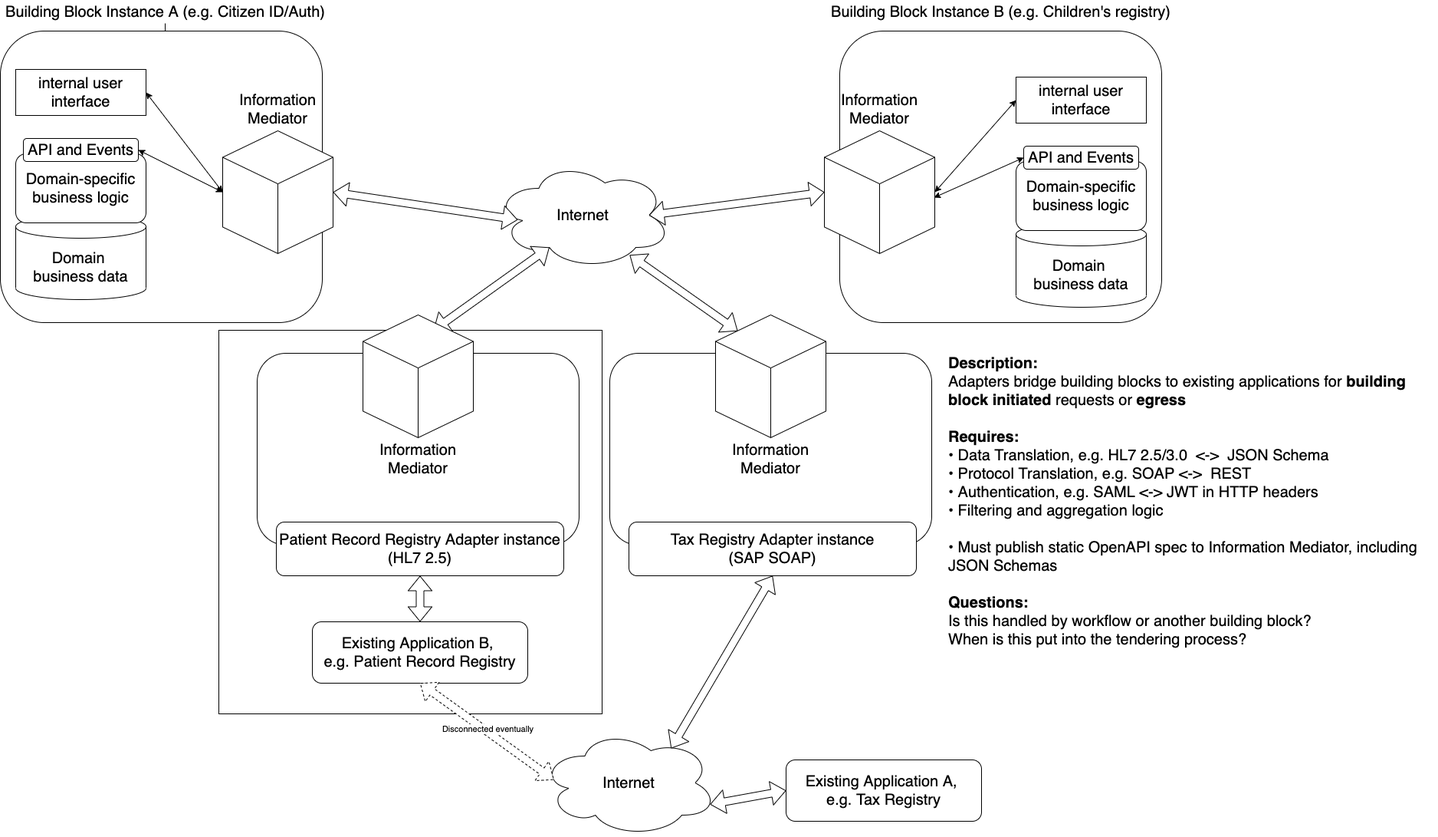
Earlier version of the draw.io export diagrams/adapters.png (GovStackWorkingGroup/BuildingBlockAPI). Source tidied: cells renumbered, new cells last; positions are measured from the earlier drawing's top-left corner, leaving out a move shared by most shapes.
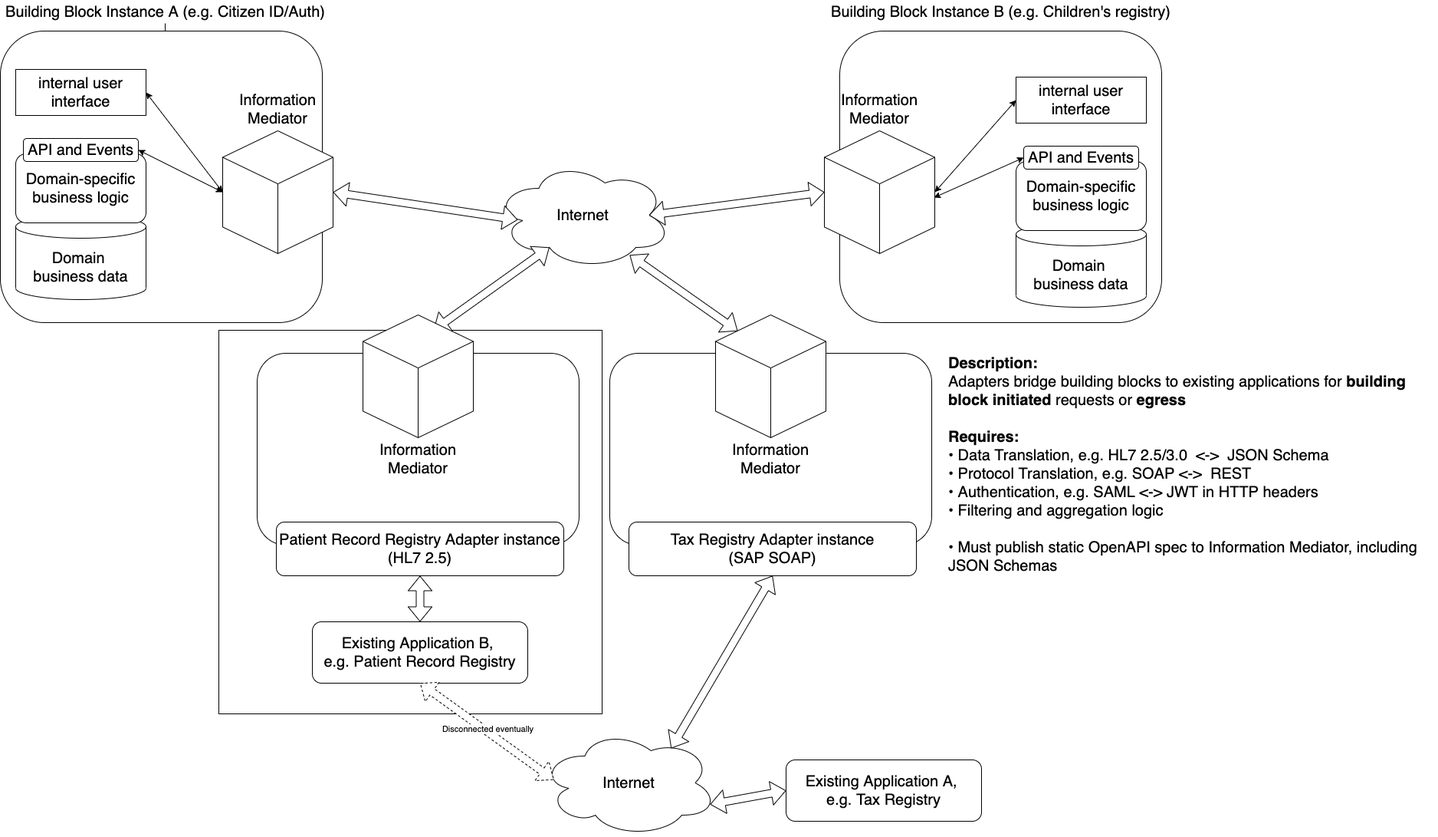
After the commit.

Change to the diagram source:
```diff
@@ -136,7 +136,7 @@
     <mxCell id="45" value="Patient Record Registry Adapter instance&lt;br&gt;(HL7 2.5)" style="rounded=1;whiteSpace=wrap;html=1;fontSize=20;" parent="44" vertex="1">
       <mxGeometry width="375" height="70" as="geometry" />
     </mxCell>
-    <mxCell id="46" value="&lt;div&gt;&lt;font face=&quot;helvetica&quot;&gt;&lt;span style=&quot;font-size: 20px&quot;&gt;&lt;b&gt;Description:&lt;/b&gt;&lt;/span&gt;&lt;/font&gt;&lt;/div&gt;&lt;div&gt;&lt;font face=&quot;helvetica&quot;&gt;&lt;span style=&quot;font-size: 20px&quot;&gt;Adapters bridge building blocks to existing applications for &lt;b&gt;building block initiated&lt;/b&gt; requests or &lt;b&gt;egress&lt;/b&gt;&lt;/span&gt;&lt;/font&gt;&lt;/div&gt;&lt;div&gt;&lt;font face=&quot;helvetica&quot;&gt;&lt;span style=&quot;font-size: 20px&quot;&gt;&lt;b&gt;&lt;br&gt;&lt;/b&gt;&lt;/span&gt;&lt;/font&gt;&lt;/div&gt;&lt;div&gt;&lt;font face=&quot;helvetica&quot;&gt;&lt;span style=&quot;font-size: 20px&quot;&gt;&lt;b&gt;Requires:&lt;/b&gt;&lt;/span&gt;&lt;/font&gt;&lt;/div&gt;&lt;div&gt;&lt;span style=&quot;font-size: 20px&quot;&gt;&lt;font face=&quot;helvetica&quot;&gt;• Data Translation, e.g. HL7 2.5/3.0&amp;nbsp; &amp;lt;-&amp;gt;&amp;nbsp; JSON Schema&lt;/font&gt;&lt;/span&gt;&lt;/div&gt;&lt;div&gt;&lt;span style=&quot;font-size: 20px&quot;&gt;&lt;font face=&quot;helvetica&quot;&gt;• Protocol Translation, e.g. SOAP &amp;lt;-&amp;gt;&amp;nbsp; REST&lt;/font&gt;&lt;/span&gt;&lt;/div&gt;&lt;div&gt;&lt;span style=&quot;font-size: 20px&quot;&gt;&lt;font face=&quot;helvetica&quot;&gt;• Authentication, e.g. SAML &amp;lt;-&amp;gt; JWT in HTTP headers&lt;/font&gt;&lt;/span&gt;&lt;/div&gt;&lt;div&gt;&lt;span style=&quot;font-size: 20px&quot;&gt;&lt;font face=&quot;helvetica&quot;&gt;• Filtering and aggregation logic&lt;/font&gt;&lt;/span&gt;&lt;/div&gt;&lt;div&gt;&lt;/div&gt;&lt;span style=&quot;font-family: &amp;#34;helvetica&amp;#34; ; font-size: 20px&quot;&gt;&lt;br&gt;&lt;/span&gt;&lt;div&gt;&lt;span style=&quot;font-size: 20px&quot;&gt;&lt;font face=&quot;helvetica&quot;&gt;• Must publish static OpenAPI spec to Information Mediator, including JSON Schemas&lt;/font&gt;&lt;/span&gt;&lt;/div&gt;&lt;div&gt;&lt;span style=&quot;font-family: &amp;#34;helvetica&amp;#34; ; font-size: 20px&quot;&gt;&lt;br&gt;&lt;/span&gt;&lt;/div&gt;&lt;div&gt;&lt;span style=&quot;font-family: &amp;#34;helvetica&amp;#34; ; font-size: 20px&quot;&gt;&lt;b&gt;Questions:&lt;/b&gt;&lt;/span&gt;&lt;/div&gt;&lt;div&gt;&lt;span style=&quot;font-family: &amp;#34;helvetica&amp;#34; ; font-size: 20px&quot;&gt;Is this handled by workflow or another building block?&lt;/span&gt;&lt;/div&gt;&lt;div&gt;&lt;span style=&quot;font-family: &amp;#34;helvetica&amp;#34; ; font-size: 20px&quot;&gt;When is this put into the tendering process?&lt;/span&gt;&lt;/div&gt;" style="text;whiteSpace=wrap;html=1;align=left;" parent="1" vertex="1">
+    <mxCell id="46" value="&lt;div&gt;&lt;font face=&quot;helvetica&quot;&gt;&lt;span style=&quot;font-size: 20px&quot;&gt;&lt;b&gt;Description:&lt;/b&gt;&lt;/span&gt;&lt;/font&gt;&lt;/div&gt;&lt;div&gt;&lt;font face=&quot;helvetica&quot;&gt;&lt;span style=&quot;font-size: 20px&quot;&gt;Adapters bridge building blocks to existing applications for &lt;b&gt;building block initiated&lt;/b&gt; requests or &lt;b&gt;egress&lt;/b&gt;&lt;/span&gt;&lt;/font&gt;&lt;/div&gt;&lt;div&gt;&lt;font face=&quot;helvetica&quot;&gt;&lt;span style=&quot;font-size: 20px&quot;&gt;&lt;b&gt;&lt;br&gt;&lt;/b&gt;&lt;/span&gt;&lt;/font&gt;&lt;/div&gt;&lt;div&gt;&lt;font face=&quot;helvetica&quot;&gt;&lt;span style=&quot;font-size: 20px&quot;&gt;&lt;b&gt;Requires:&lt;/b&gt;&lt;/span&gt;&lt;/font&gt;&lt;/div&gt;&lt;div&gt;&lt;span style=&quot;font-size: 20px&quot;&gt;&lt;font face=&quot;helvetica&quot;&gt;• Data Translation, e.g. HL7 2.5/3.0&amp;nbsp; &amp;lt;-&amp;gt;&amp;nbsp; JSON Schema&lt;/font&gt;&lt;/span&gt;&lt;/div&gt;&lt;div&gt;&lt;span style=&quot;font-size: 20px&quot;&gt;&lt;font face=&quot;helvetica&quot;&gt;• Protocol Translation, e.g. SOAP &amp;lt;-&amp;gt;&amp;nbsp; REST&lt;/font&gt;&lt;/span&gt;&lt;/div&gt;&lt;div&gt;&lt;span style=&quot;font-size: 20px&quot;&gt;&lt;font face=&quot;helvetica&quot;&gt;• Authentication, e.g. SAML &amp;lt;-&amp;gt; JWT in HTTP headers&lt;/font&gt;&lt;/span&gt;&lt;/div&gt;&lt;div&gt;&lt;span style=&quot;font-size: 20px&quot;&gt;&lt;font face=&quot;helvetica&quot;&gt;• Filtering and aggregation logic&lt;/font&gt;&lt;/span&gt;&lt;/div&gt;&lt;div&gt;&lt;/div&gt;&lt;span style=&quot;font-family: &amp;#34;helvetica&amp;#34; ; font-size: 20px&quot;&gt;&lt;br&gt;&lt;/span&gt;&lt;div&gt;&lt;span style=&quot;font-size: 20px&quot;&gt;&lt;font face=&quot;helvetica&quot;&gt;• Must publish static OpenAPI spec to Information Mediator, including JSON Schemas&lt;/font&gt;&lt;/span&gt;&lt;/div&gt;&lt;div&gt;&lt;span style=&quot;font-family: &amp;#34;helvetica&amp;#34; ; font-size: 20px&quot;&gt;&lt;br&gt;&lt;/span&gt;&lt;/div&gt;&lt;div&gt;&lt;br&gt;&lt;/div&gt;" style="text;whiteSpace=wrap;html=1;align=left;" parent="1" vertex="1">
       <mxGeometry x="1235" y="455" width="640" height="405" as="geometry" />
     </mxCell>
     <mxCell id="47" value="&lt;font style=&quot;font-size: 20px&quot;&gt;Existing Application B, &lt;br&gt;e.g. Patient Record Registry&lt;/font&gt;" style="rounded=1;whiteSpace=wrap;html=1;" parent="1" vertex="1">
```
